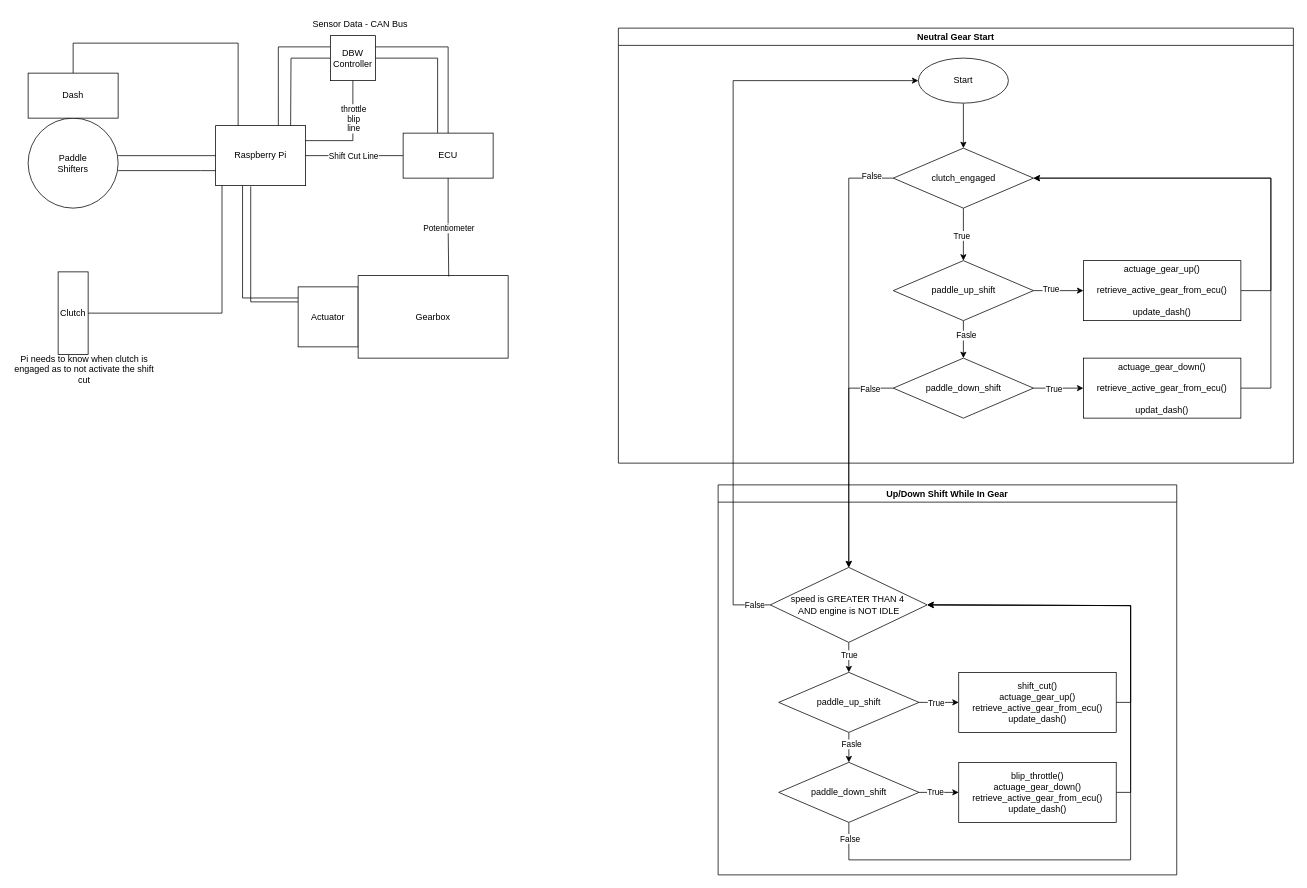
kourousis/fsul-electronics keeps this draw.io diagram as resources/fsul_electronics_layout_with_flowcharts_v1.drawio. Above is the earlier version. Source tidied: cells renumbered, new cells numbered last; positions are measured from the earlier drawing's top-left corner, leaving out a move shared by most shapes. Both pictures are drawn from the tidied source at 75%, with x=0, y=0 at pixel (13, 13).
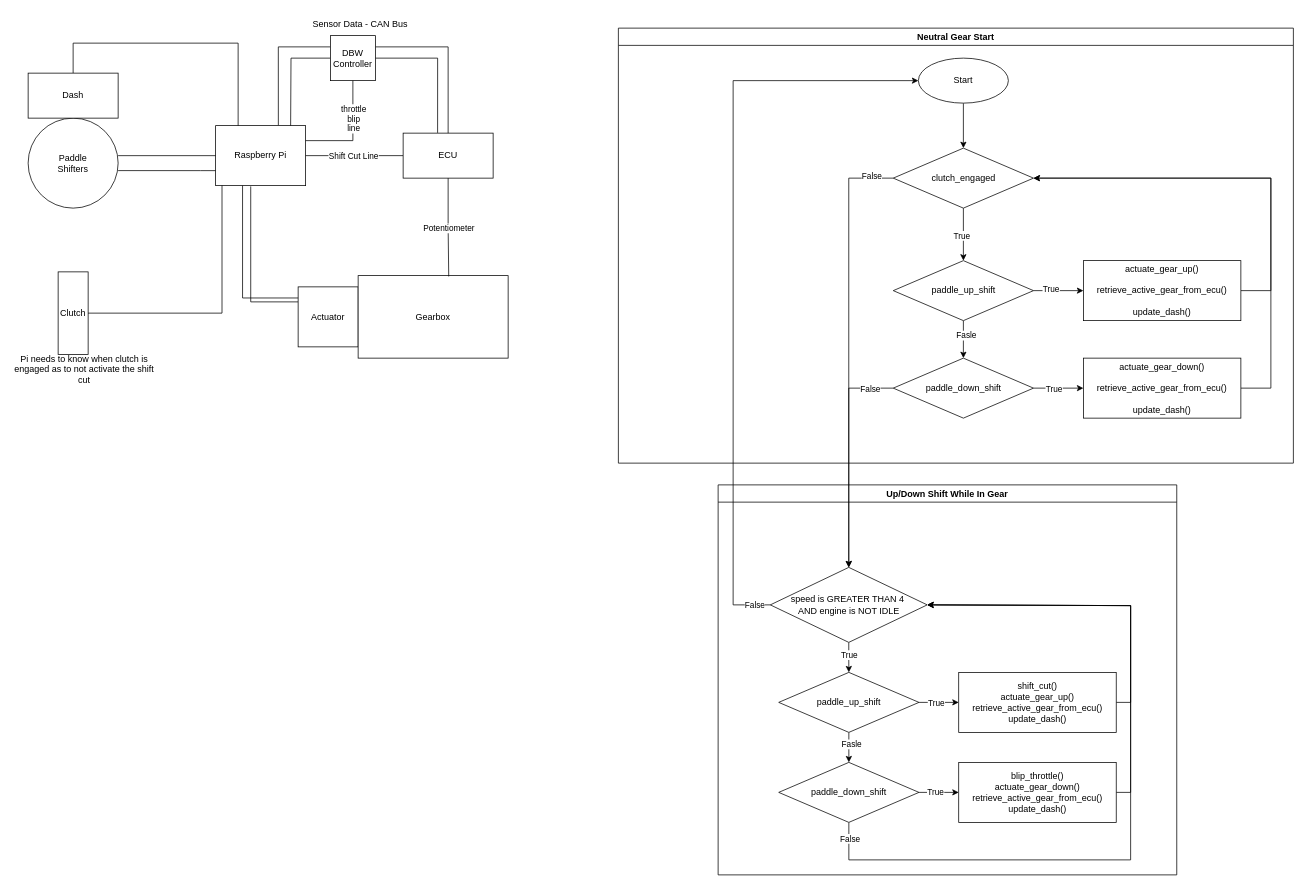
The same diagram, later.

Commit message:
spelling correction

The change refers to these unchanged cells:
```xml
<mxCell id="21" value="Neutral Gear Start" style="swimlane;" parent="1" vertex="1">
  <mxGeometry x="807" y="20" width="900" height="580" as="geometry" />
</mxCell>
<mxCell id="39" value="Up/Down Shift While In Gear" style="swimlane;" parent="1" vertex="1">
  <mxGeometry x="940" y="629" width="611.5" height="520" as="geometry" />
</mxCell>
```

Diff of the diagram source:
```diff
@@
-    <mxCell id="36" value="&lt;div&gt;actuage_gear_up()&lt;/div&gt;&lt;div&gt;&lt;br&gt;&lt;/div&gt;&lt;div&gt;retrieve_active_gear_from_ecu()&lt;/div&gt;&lt;div&gt;&lt;br&gt;&lt;/div&gt;&lt;div&gt;update_dash()&lt;/div&gt;" style="rounded=0;whiteSpace=wrap;html=1;" parent="21" vertex="1">
+    <mxCell id="36" value="&lt;div&gt;actuate_gear_up()&lt;/div&gt;&lt;div&gt;&lt;br&gt;&lt;/div&gt;&lt;div&gt;retrieve_active_gear_from_ecu()&lt;/div&gt;&lt;div&gt;&lt;br&gt;&lt;/div&gt;&lt;div&gt;update_dash()&lt;/div&gt;" style="rounded=0;whiteSpace=wrap;html=1;" parent="21" vertex="1">
       <mxGeometry x="620" y="310" width="210" height="80" as="geometry" />
     </mxCell>
@@
-    <mxCell id="38" value="&lt;div&gt;actuage_gear_down()&lt;/div&gt;&lt;div&gt;&lt;br&gt;&lt;/div&gt;&lt;div&gt;retrieve_active_gear_from_ecu()&lt;/div&gt;&lt;div&gt;&lt;br&gt;&lt;/div&gt;&lt;div&gt;updat_dash()&lt;/div&gt;" style="rounded=0;whiteSpace=wrap;html=1;" parent="21" vertex="1">
+    <mxCell id="38" value="&lt;div&gt;actuate_gear_down()&lt;/div&gt;&lt;div&gt;&lt;br&gt;&lt;/div&gt;&lt;div&gt;retrieve_active_gear_from_ecu()&lt;/div&gt;&lt;div&gt;&lt;br&gt;&lt;/div&gt;&lt;div&gt;update_dash()&lt;/div&gt;" style="rounded=0;whiteSpace=wrap;html=1;" parent="21" vertex="1">
       <mxGeometry x="620" y="440" width="210" height="80" as="geometry" />
     </mxCell>
@@
-    <mxCell id="51" value="&lt;div&gt;shift_cut()&lt;/div&gt;&lt;div&gt;actuage_gear_up()&lt;/div&gt;&lt;div&gt;retrieve_active_gear_from_ecu()&lt;/div&gt;&lt;div&gt;update_dash()&lt;/div&gt;" style="rounded=0;whiteSpace=wrap;html=1;" parent="39" vertex="1">
+    <mxCell id="51" value="&lt;div&gt;shift_cut()&lt;/div&gt;&lt;div&gt;actuate_gear_up()&lt;/div&gt;&lt;div&gt;retrieve_active_gear_from_ecu()&lt;/div&gt;&lt;div&gt;update_dash()&lt;/div&gt;" style="rounded=0;whiteSpace=wrap;html=1;" parent="39" vertex="1">
       <mxGeometry x="320.8" y="250" width="210" height="80" as="geometry" />
     </mxCell>
@@
-    <mxCell id="53" value="&lt;div&gt;blip_throttle()&lt;/div&gt;&lt;div&gt;actuage_gear_down()&lt;/div&gt;&lt;div&gt;retrieve_active_gear_from_ecu()&lt;/div&gt;&lt;div&gt;update_dash()&lt;/div&gt;" style="rounded=0;whiteSpace=wrap;html=1;" parent="39" vertex="1">
+    <mxCell id="53" value="&lt;div&gt;blip_throttle()&lt;/div&gt;&lt;div&gt;actuate_gear_down()&lt;/div&gt;&lt;div&gt;retrieve_active_gear_from_ecu()&lt;/div&gt;&lt;div&gt;update_dash()&lt;/div&gt;" style="rounded=0;whiteSpace=wrap;html=1;" parent="39" vertex="1">
       <mxGeometry x="320.8" y="370" width="210" height="80" as="geometry" />
     </mxCell>
```
